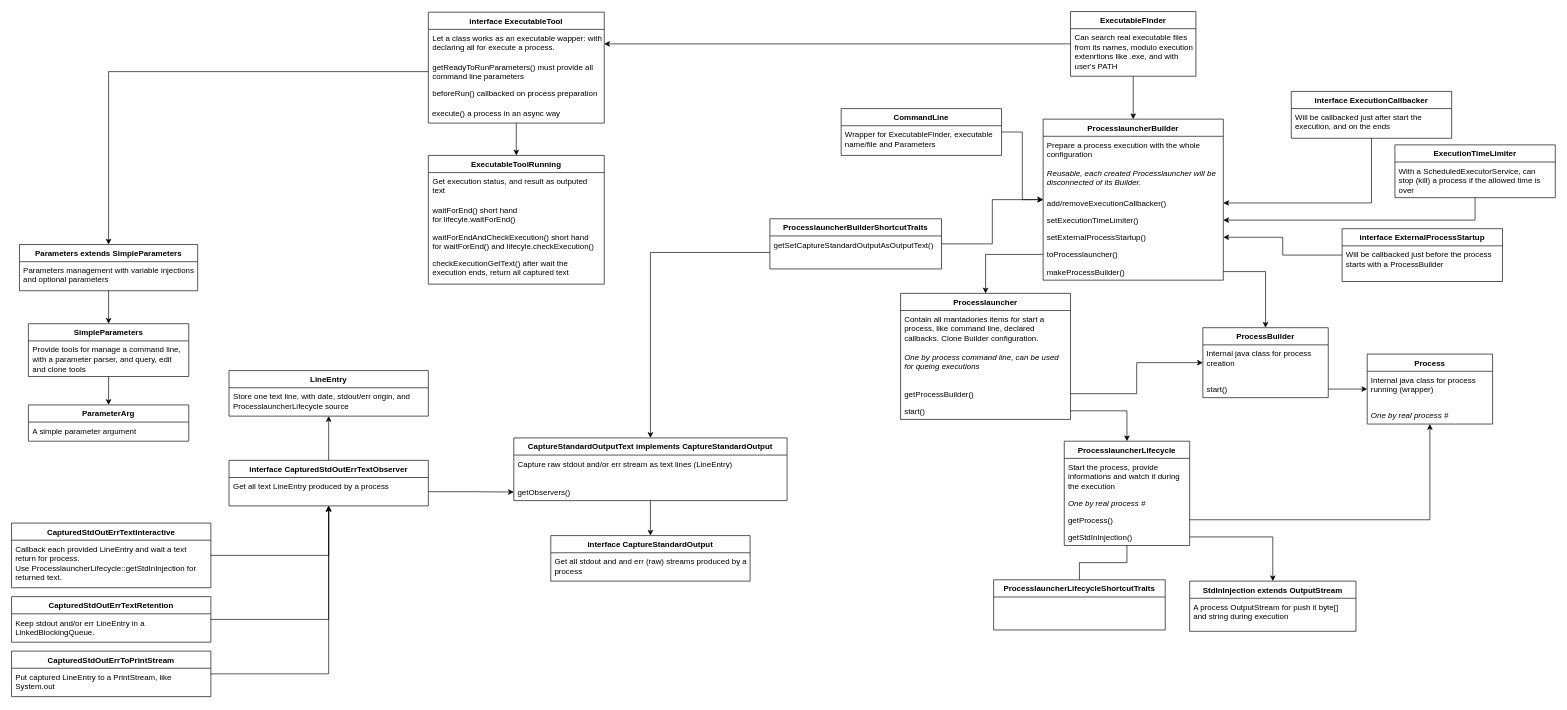
Before: processlauncher/code-organization.drawio in hdsdi3g/medialib, a draw.io diagram. Source tidied: cells renumbered, new cells numbered last; positions are measured from the earlier drawing's top-left corner, leaving out a move shared by most shapes. Both pictures are drawn from the tidied source at 66%, with x=0, y=0 at pixel (11, 11).
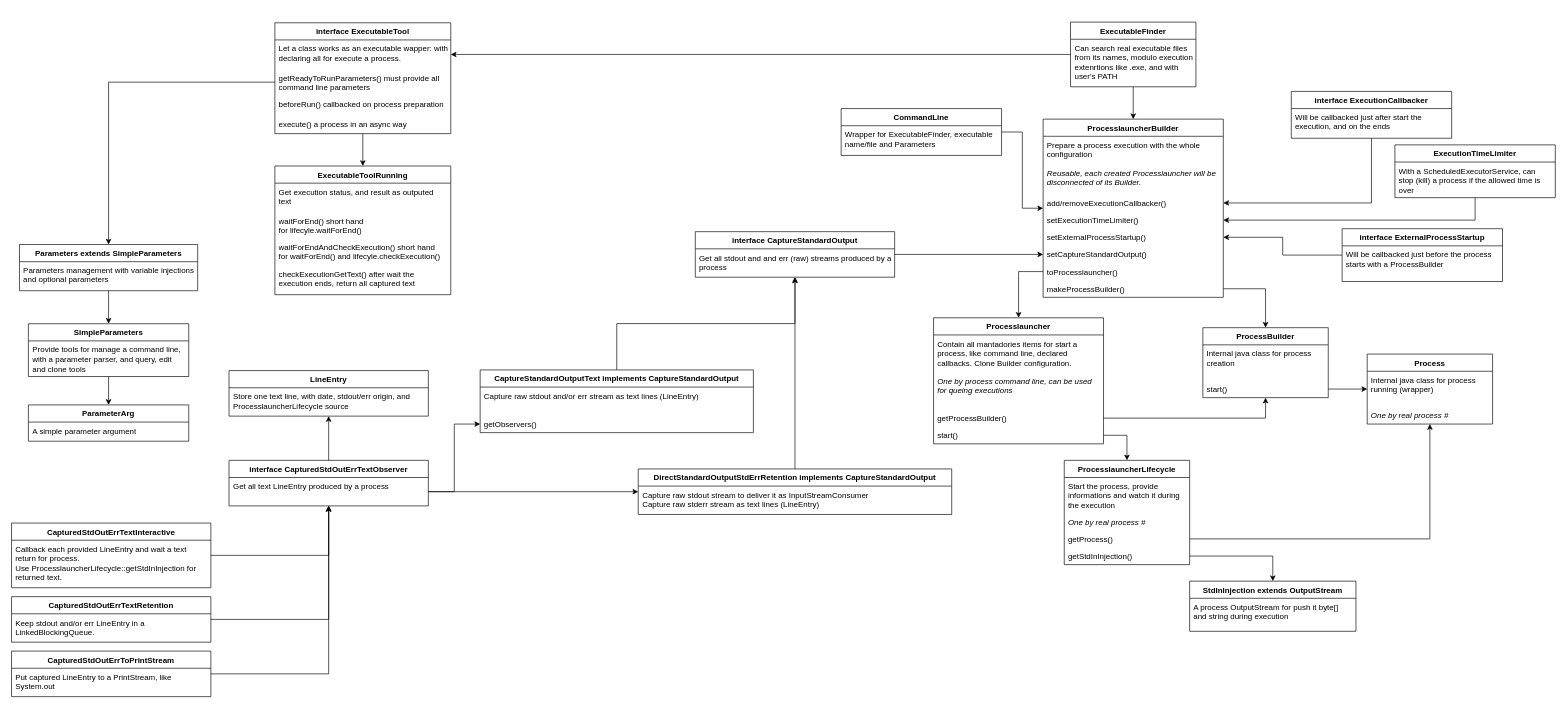
After the change.

Commit message (it also covers changes not shown here):
Create DirectStandardOutputStdErrRetention to get process's stdout as InputStream, and stderr as text retention #26

The change refers to these unchanged cells:
```xml
<mxCell id="25" value="ProcessBuilder" style="swimlane;fontStyle=1;horizontal=1;startSize=26;fillColor=none;" parent="1" vertex="1">
  <mxGeometry x="1805" y="479" width="190" height="106" as="geometry" />
</mxCell>
<mxCell id="71" value="Get all text LineEntry produced by a process" style="text;strokeColor=none;fillColor=none;align=left;verticalAlign=top;spacingLeft=4;spacingRight=4;overflow=hidden;points=[[0,0.5],[1,0.5]];portConstraint=eastwest;whiteSpace=wrap;" parent="70" vertex="1">
  <mxGeometry y="26" width="302" height="43" as="geometry" />
</mxCell>
```

The edit, as a diff of the source:
```diff
@@
     <mxCell id="2" value="Processlauncher" style="swimlane;fontStyle=1;horizontal=1;startSize=26;fillColor=none;" parent="1" vertex="1">
-      <mxGeometry x="1347" y="427" width="257.5" height="191" as="geometry" />
+      <mxGeometry x="1397" y="464" width="257.5" height="191" as="geometry" />
     </mxCell>
@@
     <mxCell id="7" value="ProcesslauncherLifecycle" style="swimlane;fontStyle=1;horizontal=1;startSize=26;fillColor=none;" parent="1" vertex="1">
-      <mxGeometry x="1595" y="651" width="190" height="158" as="geometry" />
+      <mxGeometry x="1595" y="680" width="190" height="158" as="geometry" />
     </mxCell>
@@
     <mxCell id="16" value="ProcesslauncherBuilder" style="swimlane;fontStyle=1;horizontal=1;startSize=26;fillColor=none;" parent="1" vertex="1">
-      <mxGeometry x="1563" y="163" width="273" height="244" as="geometry" />
+      <mxGeometry x="1563" y="163" width="273" height="270" as="geometry" />
     </mxCell>
@@
+    <mxCell id="23" value="setCaptureStandardOutput()" style="text;strokeColor=none;fillColor=none;align=left;verticalAlign=top;spacingLeft=4;spacingRight=4;overflow=hidden;points=[[0,0.5],[1,0.5]];portConstraint=eastwest;" parent="16" vertex="1">
+      <mxGeometry y="192" width="273" height="26" as="geometry" />
+    </mxCell>
     <mxCell id="22" value="toProcesslauncher()" style="text;strokeColor=none;fillColor=none;align=left;verticalAlign=top;spacingLeft=4;spacingRight=4;overflow=hidden;points=[[0,0.5],[1,0.5]];portConstraint=eastwest;" parent="16" vertex="1">
-      <mxGeometry y="192" width="273" height="26" as="geometry" />
+      <mxGeometry y="218" width="273" height="26" as="geometry" />
     </mxCell>
-    <mxCell id="23" value="makeProcessBuilder()" style="text;strokeColor=none;fillColor=none;align=left;verticalAlign=top;spacingLeft=4;spacingRight=4;overflow=hidden;points=[[0,0.5],[1,0.5]];portConstraint=eastwest;" parent="16" vertex="1">
-      <mxGeometry y="218" width="273" height="26" as="geometry" />
-    </mxCell>
+    <mxCell id="98" value="makeProcessBuilder()" style="text;strokeColor=none;fillColor=none;align=left;verticalAlign=top;spacingLeft=4;spacingRight=4;overflow=hidden;points=[[0,0.5],[1,0.5]];portConstraint=eastwest;" parent="16" vertex="1">
+      <mxGeometry y="244" width="273" height="26" as="geometry" />
+    </mxCell>
@@
-    <mxCell id="28" style="edgeStyle=orthogonalEdgeStyle;rounded=0;jettySize=auto;html=1;exitX=1;exitY=0.5;exitDx=0;exitDy=0;" parent="1" edge="1" source="23" target="25">
+    <mxCell id="28" style="edgeStyle=orthogonalEdgeStyle;rounded=0;jettySize=auto;html=1;" parent="1" edge="1" source="98" target="25">
       <mxGeometry relative="1" as="geometry" />
     </mxCell>
@@
-    <mxCell id="35" style="edgeStyle=elbowEdgeStyle;elbow=vertical;startArrow=none;endArrow=none;rounded=0;" parent="1" edge="1" source="7" target="92">
-      <mxGeometry relative="1" as="geometry" />
-    </mxCell>
-    <mxCell id="36" style="edgeStyle=orthogonalEdgeStyle;rounded=0;jettySize=auto;html=1;" parent="1" edge="1" source="82" target="16">
-      <mxGeometry relative="1" as="geometry" />
-    </mxCell>
@@
     <mxCell id="39" value="ExecutableFinder" style="swimlane;fontStyle=1;horizontal=1;startSize=26;fillColor=none;" parent="1" vertex="1">
-      <mxGeometry x="1604.5" width="190" height="98" as="geometry" />
+      <mxGeometry x="1604.5" y="16" width="190" height="98" as="geometry" />
     </mxCell>
@@
     <mxCell id="51" value="interface ExecutableTool" style="swimlane;fontStyle=1;horizontal=1;startSize=26;fillColor=none;" parent="1" vertex="1">
-      <mxGeometry x="631.5" y="1" width="266.5" height="168" as="geometry" />
+      <mxGeometry x="399" y="17" width="266.5" height="168" as="geometry" />
     </mxCell>
@@
+    <mxCell id="99" style="edgeStyle=orthogonalEdgeStyle;rounded=0;jettySize=auto;html=1;" parent="1" edge="1" source="77" target="23">
+      <mxGeometry relative="1" as="geometry" />
+    </mxCell>
     <mxCell id="77" value="interface CaptureStandardOutput" style="swimlane;fontStyle=1;horizontal=1;startSize=26;fillColor=none;" parent="1" vertex="1">
-      <mxGeometry x="817" y="794" width="302" height="69" as="geometry" />
+      <mxGeometry x="1036" y="333.5" width="302" height="69" as="geometry" />
     </mxCell>
@@
     <mxCell id="79" value="CaptureStandardOutputText implements CaptureStandardOutput" style="swimlane;fontStyle=1;horizontal=1;startSize=26;fillColor=none;" parent="1" vertex="1">
-      <mxGeometry x="761" y="646" width="414" height="95" as="geometry" />
+      <mxGeometry x="710" y="543" width="414" height="95" as="geometry" />
     </mxCell>
@@
-    <mxCell id="82" value="ProcesslauncherBuilderShortcutTraits" style="swimlane;fontStyle=1;horizontal=1;startSize=26;fillColor=none;" parent="1" vertex="1">
-      <mxGeometry x="1149" y="314" width="260" height="76" as="geometry" />
-    </mxCell>
-    <mxCell id="83" value="getSetCaptureStandardOutputAsOutputText()" style="text;strokeColor=none;fillColor=none;align=left;verticalAlign=top;spacingLeft=4;spacingRight=4;overflow=hidden;points=[[0,0.5],[1,0.5]];portConstraint=eastwest;whiteSpace=wrap;" parent="82" vertex="1">
-      <mxGeometry y="26" width="260" height="50" as="geometry" />
-    </mxCell>
-    <mxCell id="84" style="edgeStyle=orthogonalEdgeStyle;rounded=0;jettySize=auto;html=1;exitX=0;exitY=0.5;exitDx=0;exitDy=0;" parent="1" edge="1" source="83" target="79">
-      <mxGeometry relative="1" as="geometry" />
-    </mxCell>
@@
-    <mxCell id="92" value="ProcesslauncherLifecycleShortcutTraits" style="swimlane;fontStyle=1;horizontal=1;startSize=26;fillColor=none;" parent="1" vertex="1">
-      <mxGeometry x="1488" y="861" width="260" height="76" as="geometry" />
-    </mxCell>
     <mxCell id="93" value="ExecutableToolRunning" style="swimlane;fontStyle=1;horizontal=1;startSize=26;fillColor=none;" parent="1" vertex="1">
-      <mxGeometry x="631.5" y="218" width="266.5" height="195" as="geometry" />
+      <mxGeometry x="399" y="234" width="266.5" height="195" as="geometry" />
     </mxCell>
@@
+    <mxCell id="100" style="edgeStyle=orthogonalEdgeStyle;rounded=0;jettySize=auto;html=1;" parent="1" edge="1" source="101" target="77">
+      <mxGeometry relative="1" as="geometry" />
+    </mxCell>
+    <mxCell id="101" value="DirectStandardOutputStdErrRetention implements CaptureStandardOutput" style="swimlane;fontStyle=1;horizontal=1;startSize=26;fillColor=none;" parent="1" vertex="1">
+      <mxGeometry x="949.5" y="693" width="475" height="69" as="geometry" />
+    </mxCell>
+    <mxCell id="102" value="Capture raw stdout stream to deliver it as InputStreamConsumer&#10;Capture raw stderr stream as text lines (LineEntry)" style="text;strokeColor=none;fillColor=none;align=left;verticalAlign=top;spacingLeft=4;spacingRight=4;overflow=hidden;whiteSpace=wrap;" parent="101" vertex="1">
+      <mxGeometry y="26" width="475" height="43" as="geometry" />
+    </mxCell>
+    <mxCell id="103" style="edgeStyle=orthogonalEdgeStyle;rounded=0;jettySize=auto;html=1;" parent="1" edge="1" source="71" target="101">
+      <mxGeometry relative="1" as="geometry" />
+    </mxCell>
```
